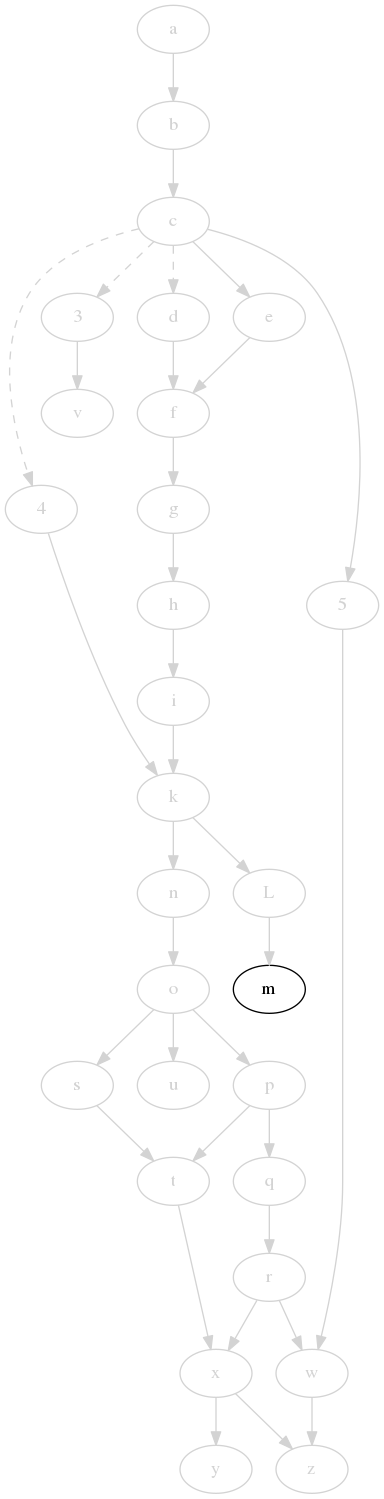
This is svm-startup-deps.png from jdmpapin/svm-startup-deps, a Graphviz export, as it was before one commit. Its source is kept beside it as svm-startup-deps.dot.
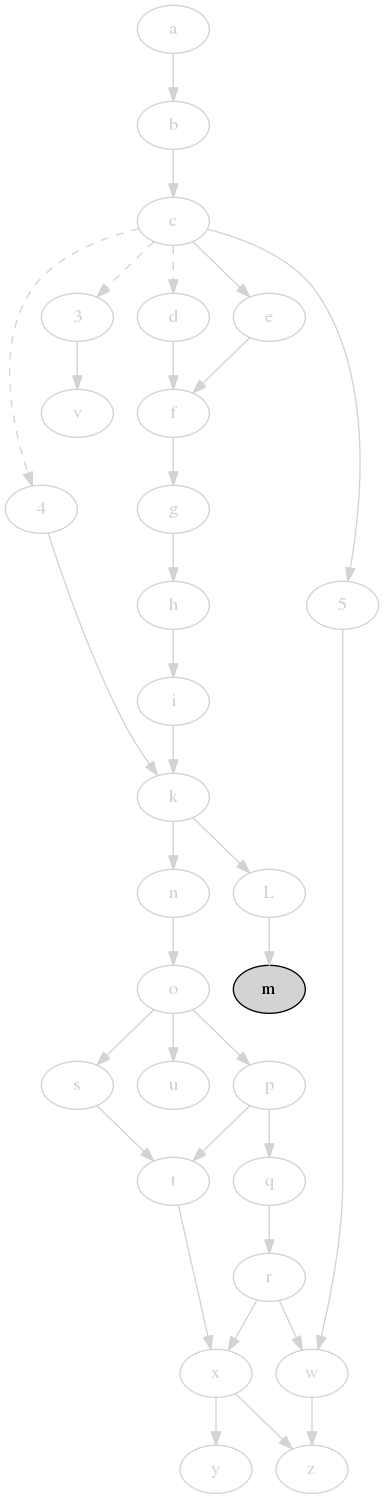
The same file after the commit.

Change to the diagram source:
```diff
@@ -13,7 +13,7 @@
     i [color=lightgrey,fontcolor=lightgrey];
     k [color=lightgrey,fontcolor=lightgrey];
     L [color=lightgrey,fontcolor=lightgrey];
-    m;
+    m [style=filled,fillcolor=lightgrey];
     5 [color=lightgrey,fontcolor=lightgrey];
     n [color=lightgrey,fontcolor=lightgrey];
     o [color=lightgrey,fontcolor=lightgrey];
```
